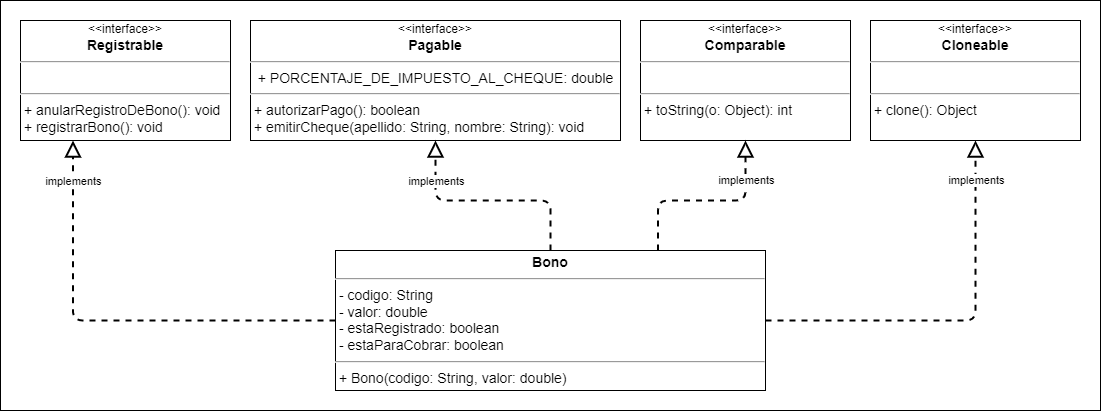
Before: src/clase_13/extra/diagrama_de_clases/Diagrama - Bono.png, a diagram exported from draw.io (serinformatico/POO-10-2022). Source tidied: cells renumbered, new cells last; positions are measured from the earlier drawing's top-left corner, leaving out a move shared by most shapes. Source of this version:
```xml
<mxGraphModel>
  <root>
    <mxCell id="0" />
    <mxCell id="1" parent="0" />
    <mxCell id="2" value="&lt;font style=&quot;font-size: 16px;&quot;&gt;&lt;font style=&quot;font-size: 16px;&quot;&gt;&lt;br&gt;&lt;/font&gt;&lt;/font&gt;" style="rounded=0;whiteSpace=wrap;html=1;align=left;verticalAlign=top;fontSize=30;fontStyle=1;spacingTop=10;spacing=2;spacingLeft=20;fontFamily=Verdana;" parent="1" vertex="1">
      <mxGeometry width="1100" height="410" as="geometry" />
    </mxCell>
    <mxCell id="3" value="&lt;p style=&quot;margin: 4px 0px 0px; text-align: center; font-size: 14px;&quot;&gt;&lt;b&gt;Bono&lt;/b&gt;&lt;/p&gt;&lt;hr style=&quot;font-size: 14px;&quot;&gt;&lt;p style=&quot;margin: 0px 0px 0px 4px; font-size: 14px;&quot;&gt;&lt;/p&gt;&amp;nbsp;- codigo: String&lt;br&gt;&amp;nbsp;- valor: double&lt;br&gt;&amp;nbsp;- estaRegistrado: boolean&lt;br&gt;&lt;span style=&quot;background-color: initial;&quot;&gt;&amp;nbsp;- estaParaCobrar: boolean&lt;/span&gt;&lt;br&gt;&lt;hr style=&quot;font-size: 14px;&quot;&gt;&amp;nbsp;+&lt;span style=&quot;background-color: initial;&quot;&gt;&amp;nbsp;Bono(&lt;/span&gt;codigo: String, valor: double&lt;span style=&quot;background-color: initial;&quot;&gt;)&lt;br&gt;&lt;/span&gt;&lt;p style=&quot;margin: 0px 0px 0px 4px;&quot;&gt;&lt;br&gt;&lt;/p&gt;" style="verticalAlign=top;align=left;overflow=fill;fontSize=14;fontFamily=Helvetica;html=1;" parent="1" vertex="1">
      <mxGeometry x="335" y="250" width="430" height="140" as="geometry" />
    </mxCell>
    <mxCell id="4" value="&lt;div style=&quot;text-align: center;&quot;&gt;&lt;span style=&quot;background-color: initial; font-size: 12px;&quot;&gt;&amp;lt;&amp;lt;interface&amp;gt;&amp;gt;&lt;/span&gt;&lt;/div&gt;&lt;div style=&quot;text-align: center;&quot;&gt;&lt;b&gt;Comparable&lt;/b&gt;&lt;/div&gt;&lt;hr style=&quot;font-size: 14px;&quot;&gt;&lt;p style=&quot;margin: 0px 0px 0px 4px; font-size: 14px;&quot;&gt;&lt;/p&gt;&amp;nbsp;&lt;br&gt;&lt;hr style=&quot;font-size: 14px;&quot;&gt;&amp;nbsp;+&lt;span style=&quot;background-color: initial;&quot;&gt;&amp;nbsp;toString(o: Object&lt;/span&gt;&lt;span style=&quot;background-color: initial;&quot;&gt;): int&lt;/span&gt;" style="verticalAlign=top;align=left;overflow=fill;fontSize=14;fontFamily=Helvetica;html=1;spacing=2;spacingTop=0;" parent="1" vertex="1">
      <mxGeometry x="640" y="20" width="210" height="120" as="geometry" />
    </mxCell>
    <mxCell id="5" style="edgeStyle=orthogonalEdgeStyle;rounded=1;jettySize=auto;html=1;entryX=0.5;entryY=1;entryDx=0;entryDy=0;strokeWidth=2;endArrow=block;endFill=0;endSize=12;exitX=1;exitY=0.5;exitDx=0;exitDy=0;dashed=1;" parent="1" edge="1" source="3" target="9">
      <mxGeometry relative="1" as="geometry" />
    </mxCell>
    <mxCell id="6" value="implements" style="edgeLabel;html=1;align=center;verticalAlign=middle;" parent="5" vertex="1">
      <mxGeometry x="0.72" y="-2" relative="1" as="geometry">
        <mxPoint x="-2" y="-14" as="offset" />
      </mxGeometry>
    </mxCell>
    <mxCell id="7" value="&lt;div style=&quot;text-align: center;&quot;&gt;&lt;span style=&quot;background-color: initial; font-size: 12px;&quot;&gt;&amp;lt;&amp;lt;interface&amp;gt;&amp;gt;&lt;/span&gt;&lt;/div&gt;&lt;div style=&quot;text-align: center;&quot;&gt;&lt;b&gt;Registrable&lt;/b&gt;&lt;/div&gt;&lt;hr style=&quot;font-size: 14px;&quot;&gt;&lt;p style=&quot;margin: 0px 0px 0px 4px; font-size: 14px;&quot;&gt;&lt;/p&gt;&amp;nbsp;&lt;br&gt;&lt;hr style=&quot;font-size: 14px;&quot;&gt;&amp;nbsp;+&lt;span style=&quot;background-color: initial;&quot;&gt;&amp;nbsp;anularRegistroDeBono(&lt;/span&gt;&lt;span style=&quot;background-color: initial;&quot;&gt;): void&lt;br&gt;&lt;/span&gt;&amp;nbsp;+&lt;span style=&quot;background-color: initial;&quot;&gt;&amp;nbsp;registrarBono(&lt;/span&gt;&lt;span style=&quot;background-color: initial;&quot;&gt;): void&lt;/span&gt;&lt;span style=&quot;background-color: initial;&quot;&gt;&lt;br&gt;&lt;/span&gt;" style="verticalAlign=top;align=left;overflow=fill;fontSize=14;fontFamily=Helvetica;html=1;spacing=2;spacingTop=0;" parent="1" vertex="1">
      <mxGeometry x="20" y="20" width="210" height="120" as="geometry" />
    </mxCell>
    <mxCell id="8" value="&lt;div style=&quot;text-align: center;&quot;&gt;&lt;span style=&quot;background-color: initial; font-size: 12px;&quot;&gt;&amp;lt;&amp;lt;interface&amp;gt;&amp;gt;&lt;/span&gt;&lt;/div&gt;&lt;div style=&quot;text-align: center;&quot;&gt;&lt;b&gt;Pagable&lt;/b&gt;&lt;/div&gt;&lt;hr style=&quot;font-size: 14px;&quot;&gt;&lt;p style=&quot;margin: 0px 0px 0px 4px; font-size: 14px;&quot;&gt;&lt;/p&gt;&amp;nbsp; +&amp;nbsp;PORCENTAJE_DE_IMPUESTO_AL_CHEQUE: double&lt;br&gt;&lt;hr style=&quot;font-size: 14px;&quot;&gt;&amp;nbsp;+&lt;span style=&quot;background-color: initial;&quot;&gt;&amp;nbsp;autorizarPago(&lt;/span&gt;&lt;span style=&quot;background-color: initial;&quot;&gt;): boolean&lt;br&gt;&lt;/span&gt;&amp;nbsp;+&lt;span style=&quot;background-color: initial;&quot;&gt;&amp;nbsp;emitirCheque(apellido: String, nombre: String&lt;/span&gt;&lt;span style=&quot;background-color: initial;&quot;&gt;): void&lt;/span&gt;" style="verticalAlign=top;align=left;overflow=fill;fontSize=14;fontFamily=Helvetica;html=1;spacing=2;spacingTop=0;" parent="1" vertex="1">
      <mxGeometry x="250" y="20" width="370" height="120" as="geometry" />
    </mxCell>
    <mxCell id="9" value="&lt;div style=&quot;text-align: center;&quot;&gt;&lt;span style=&quot;background-color: initial; font-size: 12px;&quot;&gt;&amp;lt;&amp;lt;interface&amp;gt;&amp;gt;&lt;/span&gt;&lt;/div&gt;&lt;div style=&quot;text-align: center;&quot;&gt;&lt;b&gt;Cloneable&lt;/b&gt;&lt;/div&gt;&lt;hr style=&quot;font-size: 14px;&quot;&gt;&lt;p style=&quot;margin: 0px 0px 0px 4px; font-size: 14px;&quot;&gt;&lt;/p&gt;&amp;nbsp;&lt;br&gt;&lt;hr style=&quot;font-size: 14px;&quot;&gt;&amp;nbsp;+&lt;span style=&quot;background-color: initial;&quot;&gt;&amp;nbsp;clone(&lt;/span&gt;&lt;span style=&quot;background-color: initial;&quot;&gt;): Object&lt;/span&gt;" style="verticalAlign=top;align=left;overflow=fill;fontSize=14;fontFamily=Helvetica;html=1;spacing=2;spacingTop=0;" parent="1" vertex="1">
      <mxGeometry x="870" y="20" width="210" height="120" as="geometry" />
    </mxCell>
    <mxCell id="10" style="edgeStyle=orthogonalEdgeStyle;rounded=1;jettySize=auto;html=1;entryX=0.5;entryY=1;entryDx=0;entryDy=0;strokeWidth=2;endArrow=block;endFill=0;endSize=12;exitX=0.75;exitY=0;exitDx=0;exitDy=0;dashed=1;" parent="1" edge="1" source="3" target="4">
      <mxGeometry relative="1" as="geometry" />
    </mxCell>
    <mxCell id="11" value="implements" style="edgeLabel;html=1;align=center;verticalAlign=middle;" parent="10" vertex="1">
      <mxGeometry x="0.61" y="3" relative="1" as="geometry">
        <mxPoint x="3" as="offset" />
      </mxGeometry>
    </mxCell>
    <mxCell id="12" style="edgeStyle=orthogonalEdgeStyle;rounded=1;jettySize=auto;html=1;entryX=0.5;entryY=1;entryDx=0;entryDy=0;strokeWidth=2;endArrow=block;endFill=0;endSize=12;exitX=0.5;exitY=0;exitDx=0;exitDy=0;dashed=1;" parent="1" edge="1" source="3" target="8">
      <mxGeometry relative="1" as="geometry" />
    </mxCell>
    <mxCell id="13" value="implements" style="edgeLabel;html=1;align=center;verticalAlign=middle;" parent="12" vertex="1">
      <mxGeometry x="0.65" relative="1" as="geometry" />
    </mxCell>
    <mxCell id="14" style="edgeStyle=orthogonalEdgeStyle;rounded=1;jettySize=auto;html=1;entryX=0.25;entryY=1;entryDx=0;entryDy=0;strokeWidth=2;endArrow=block;endFill=0;endSize=12;exitX=0;exitY=0.5;exitDx=0;exitDy=0;dashed=1;" parent="1" edge="1" source="3" target="7">
      <mxGeometry relative="1" as="geometry" />
    </mxCell>
    <mxCell id="15" value="implements" style="edgeLabel;html=1;align=center;verticalAlign=middle;" parent="14" vertex="1">
      <mxGeometry x="-0.28" y="2" relative="1" as="geometry">
        <mxPoint x="-103" y="-142" as="offset" />
      </mxGeometry>
    </mxCell>
  </root>
</mxGraphModel>
```
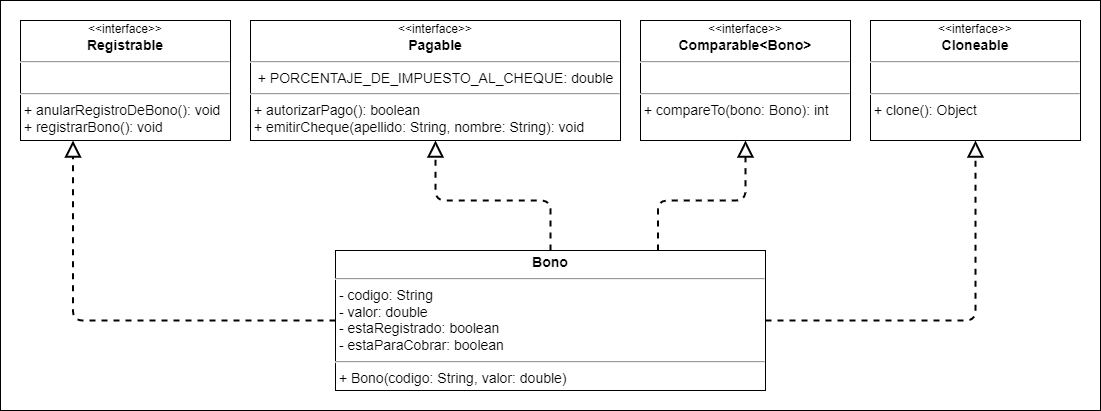
The same file after the commit.

Change to the diagram source:
```diff
@@ -8,17 +8,12 @@
     <mxCell id="3" value="&lt;p style=&quot;margin: 4px 0px 0px; text-align: center; font-size: 14px;&quot;&gt;&lt;b&gt;Bono&lt;/b&gt;&lt;/p&gt;&lt;hr style=&quot;font-size: 14px;&quot;&gt;&lt;p style=&quot;margin: 0px 0px 0px 4px; font-size: 14px;&quot;&gt;&lt;/p&gt;&amp;nbsp;- codigo: String&lt;br&gt;&amp;nbsp;- valor: double&lt;br&gt;&amp;nbsp;- estaRegistrado: boolean&lt;br&gt;&lt;span style=&quot;background-color: initial;&quot;&gt;&amp;nbsp;- estaParaCobrar: boolean&lt;/span&gt;&lt;br&gt;&lt;hr style=&quot;font-size: 14px;&quot;&gt;&amp;nbsp;+&lt;span style=&quot;background-color: initial;&quot;&gt;&amp;nbsp;Bono(&lt;/span&gt;codigo: String, valor: double&lt;span style=&quot;background-color: initial;&quot;&gt;)&lt;br&gt;&lt;/span&gt;&lt;p style=&quot;margin: 0px 0px 0px 4px;&quot;&gt;&lt;br&gt;&lt;/p&gt;" style="verticalAlign=top;align=left;overflow=fill;fontSize=14;fontFamily=Helvetica;html=1;" parent="1" vertex="1">
       <mxGeometry x="335" y="250" width="430" height="140" as="geometry" />
     </mxCell>
-    <mxCell id="4" value="&lt;div style=&quot;text-align: center;&quot;&gt;&lt;span style=&quot;background-color: initial; font-size: 12px;&quot;&gt;&amp;lt;&amp;lt;interface&amp;gt;&amp;gt;&lt;/span&gt;&lt;/div&gt;&lt;div style=&quot;text-align: center;&quot;&gt;&lt;b&gt;Comparable&lt;/b&gt;&lt;/div&gt;&lt;hr style=&quot;font-size: 14px;&quot;&gt;&lt;p style=&quot;margin: 0px 0px 0px 4px; font-size: 14px;&quot;&gt;&lt;/p&gt;&amp;nbsp;&lt;br&gt;&lt;hr style=&quot;font-size: 14px;&quot;&gt;&amp;nbsp;+&lt;span style=&quot;background-color: initial;&quot;&gt;&amp;nbsp;toString(o: Object&lt;/span&gt;&lt;span style=&quot;background-color: initial;&quot;&gt;): int&lt;/span&gt;" style="verticalAlign=top;align=left;overflow=fill;fontSize=14;fontFamily=Helvetica;html=1;spacing=2;spacingTop=0;" parent="1" vertex="1">
+    <mxCell id="4" value="&lt;div style=&quot;text-align: center;&quot;&gt;&lt;span style=&quot;background-color: initial; font-size: 12px;&quot;&gt;&amp;lt;&amp;lt;interface&amp;gt;&amp;gt;&lt;/span&gt;&lt;/div&gt;&lt;div style=&quot;text-align: center;&quot;&gt;&lt;b&gt;Comparable&amp;lt;Bono&amp;gt;&lt;/b&gt;&lt;/div&gt;&lt;hr style=&quot;font-size: 14px;&quot;&gt;&lt;p style=&quot;margin: 0px 0px 0px 4px; font-size: 14px;&quot;&gt;&lt;/p&gt;&amp;nbsp;&lt;br&gt;&lt;hr style=&quot;font-size: 14px;&quot;&gt;&amp;nbsp;+&lt;span style=&quot;background-color: initial;&quot;&gt;&amp;nbsp;compareTo(bono: Bono&lt;/span&gt;&lt;span style=&quot;background-color: initial;&quot;&gt;): int&lt;/span&gt;" style="verticalAlign=top;align=left;overflow=fill;fontSize=14;fontFamily=Helvetica;html=1;spacing=2;spacingTop=0;" parent="1" vertex="1">
       <mxGeometry x="640" y="20" width="210" height="120" as="geometry" />
     </mxCell>
     <mxCell id="5" style="edgeStyle=orthogonalEdgeStyle;rounded=1;jettySize=auto;html=1;entryX=0.5;entryY=1;entryDx=0;entryDy=0;strokeWidth=2;endArrow=block;endFill=0;endSize=12;exitX=1;exitY=0.5;exitDx=0;exitDy=0;dashed=1;" parent="1" edge="1" source="3" target="9">
       <mxGeometry relative="1" as="geometry" />
     </mxCell>
-    <mxCell id="6" value="implements" style="edgeLabel;html=1;align=center;verticalAlign=middle;" parent="5" vertex="1">
-      <mxGeometry x="0.72" y="-2" relative="1" as="geometry">
-        <mxPoint x="-2" y="-14" as="offset" />
-      </mxGeometry>
-    </mxCell>
     <mxCell id="7" value="&lt;div style=&quot;text-align: center;&quot;&gt;&lt;span style=&quot;background-color: initial; font-size: 12px;&quot;&gt;&amp;lt;&amp;lt;interface&amp;gt;&amp;gt;&lt;/span&gt;&lt;/div&gt;&lt;div style=&quot;text-align: center;&quot;&gt;&lt;b&gt;Registrable&lt;/b&gt;&lt;/div&gt;&lt;hr style=&quot;font-size: 14px;&quot;&gt;&lt;p style=&quot;margin: 0px 0px 0px 4px; font-size: 14px;&quot;&gt;&lt;/p&gt;&amp;nbsp;&lt;br&gt;&lt;hr style=&quot;font-size: 14px;&quot;&gt;&amp;nbsp;+&lt;span style=&quot;background-color: initial;&quot;&gt;&amp;nbsp;anularRegistroDeBono(&lt;/span&gt;&lt;span style=&quot;background-color: initial;&quot;&gt;): void&lt;br&gt;&lt;/span&gt;&amp;nbsp;+&lt;span style=&quot;background-color: initial;&quot;&gt;&amp;nbsp;registrarBono(&lt;/span&gt;&lt;span style=&quot;background-color: initial;&quot;&gt;): void&lt;/span&gt;&lt;span style=&quot;background-color: initial;&quot;&gt;&lt;br&gt;&lt;/span&gt;" style="verticalAlign=top;align=left;overflow=fill;fontSize=14;fontFamily=Helvetica;html=1;spacing=2;spacingTop=0;" parent="1" vertex="1">
       <mxGeometry x="20" y="20" width="210" height="120" as="geometry" />
     </mxCell>
@@ -31,24 +26,11 @@
     <mxCell id="10" style="edgeStyle=orthogonalEdgeStyle;rounded=1;jettySize=auto;html=1;entryX=0.5;entryY=1;entryDx=0;entryDy=0;strokeWidth=2;endArrow=block;endFill=0;endSize=12;exitX=0.75;exitY=0;exitDx=0;exitDy=0;dashed=1;" parent="1" edge="1" source="3" target="4">
       <mxGeometry relative="1" as="geometry" />
     </mxCell>
-    <mxCell id="11" value="implements" style="edgeLabel;html=1;align=center;verticalAlign=middle;" parent="10" vertex="1">
-      <mxGeometry x="0.61" y="3" relative="1" as="geometry">
-        <mxPoint x="3" as="offset" />
-      </mxGeometry>
-    </mxCell>
     <mxCell id="12" style="edgeStyle=orthogonalEdgeStyle;rounded=1;jettySize=auto;html=1;entryX=0.5;entryY=1;entryDx=0;entryDy=0;strokeWidth=2;endArrow=block;endFill=0;endSize=12;exitX=0.5;exitY=0;exitDx=0;exitDy=0;dashed=1;" parent="1" edge="1" source="3" target="8">
       <mxGeometry relative="1" as="geometry" />
     </mxCell>
-    <mxCell id="13" value="implements" style="edgeLabel;html=1;align=center;verticalAlign=middle;" parent="12" vertex="1">
-      <mxGeometry x="0.65" relative="1" as="geometry" />
-    </mxCell>
     <mxCell id="14" style="edgeStyle=orthogonalEdgeStyle;rounded=1;jettySize=auto;html=1;entryX=0.25;entryY=1;entryDx=0;entryDy=0;strokeWidth=2;endArrow=block;endFill=0;endSize=12;exitX=0;exitY=0.5;exitDx=0;exitDy=0;dashed=1;" parent="1" edge="1" source="3" target="7">
       <mxGeometry relative="1" as="geometry" />
     </mxCell>
-    <mxCell id="15" value="implements" style="edgeLabel;html=1;align=center;verticalAlign=middle;" parent="14" vertex="1">
-      <mxGeometry x="-0.28" y="2" relative="1" as="geometry">
-        <mxPoint x="-103" y="-142" as="offset" />
-      </mxGeometry>
-    </mxCell>
   </root>
 </mxGraphModel>
```
